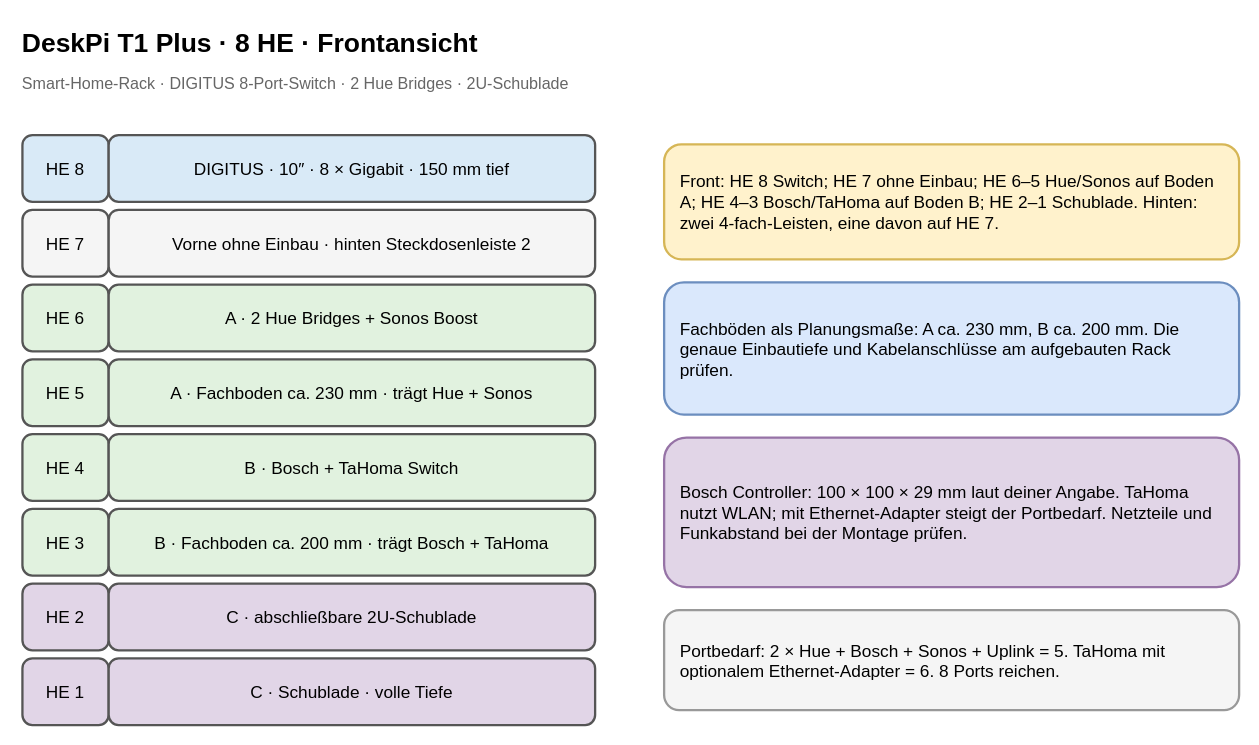
tiptronic/diagrams keeps this draw.io diagram as page "DeskPi 8 HE – Front" (1 of 4) of 10-zoll-rack-planung.drawio. Above is the earlier version. Source tidied: cells renumbered, new cells numbered last; positions are measured from the earlier drawing's top-left corner, leaving out a move shared by most shapes. Both pictures are drawn from the tidied source at 115%, with x=0, y=0 at pixel (20, 20).
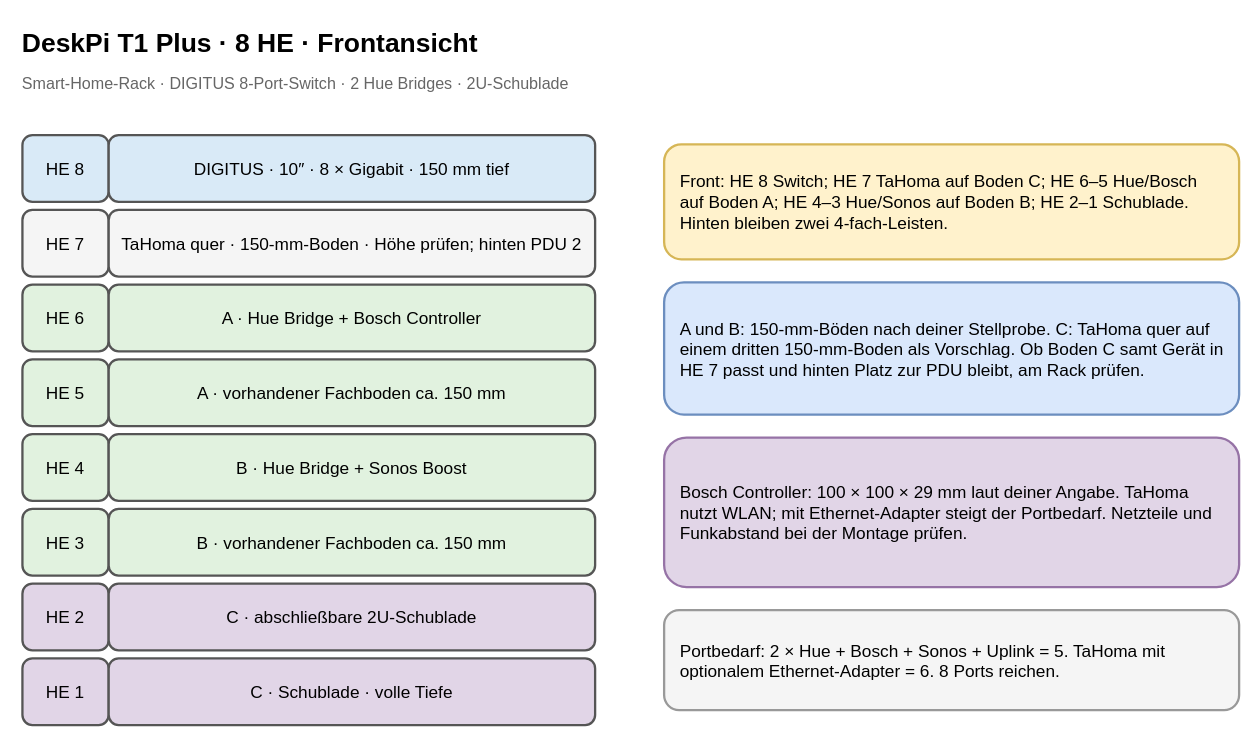
The same page after the edit.

What changed in the source:
```diff
@@
-    <mxCell id="7" value="Vorne ohne Einbau · hinten Steckdosenleiste 2" style="rounded=1;whiteSpace=wrap;html=1;align=center;verticalAlign=middle;strokeWidth=2;fontSize=15;fillColor=#f5f5f5;strokeColor=#555555;" parent="1" vertex="1">
+    <mxCell id="7" value="TaHoma quer · 150-mm-Boden · Höhe prüfen; hinten PDU 2" style="rounded=1;whiteSpace=wrap;html=1;align=center;verticalAlign=middle;strokeWidth=2;fontSize=15;fillColor=#f5f5f5;strokeColor=#555555;" parent="1" vertex="1">
       <mxGeometry x="77" y="165" width="423" height="58" as="geometry" />
     </mxCell>
@@
-    <mxCell id="9" value="A · 2 Hue Bridges + Sonos Boost" style="rounded=1;whiteSpace=wrap;html=1;align=center;verticalAlign=middle;strokeWidth=2;fontSize=15;fillColor=#e1f2df;strokeColor=#555555;" parent="1" vertex="1">
+    <mxCell id="9" value="A · Hue Bridge + Bosch Controller" style="rounded=1;whiteSpace=wrap;html=1;align=center;verticalAlign=middle;strokeWidth=2;fontSize=15;fillColor=#e1f2df;strokeColor=#555555;" parent="1" vertex="1">
       <mxGeometry x="77" y="230" width="423" height="58" as="geometry" />
     </mxCell>
@@
-    <mxCell id="11" value="A · Fachboden ca. 230 mm · trägt Hue + Sonos" style="rounded=1;whiteSpace=wrap;html=1;align=center;verticalAlign=middle;strokeWidth=2;fontSize=15;fillColor=#e1f2df;strokeColor=#555555;" parent="1" vertex="1">
+    <mxCell id="11" value="A · vorhandener Fachboden ca. 150 mm" style="rounded=1;whiteSpace=wrap;html=1;align=center;verticalAlign=middle;strokeWidth=2;fontSize=15;fillColor=#e1f2df;strokeColor=#555555;" parent="1" vertex="1">
       <mxGeometry x="77" y="295" width="423" height="58" as="geometry" />
     </mxCell>
@@
-    <mxCell id="13" value="B · Bosch + TaHoma Switch" style="rounded=1;whiteSpace=wrap;html=1;align=center;verticalAlign=middle;strokeWidth=2;fontSize=15;fillColor=#e1f2df;strokeColor=#555555;" parent="1" vertex="1">
+    <mxCell id="13" value="B · Hue Bridge + Sonos Boost" style="rounded=1;whiteSpace=wrap;html=1;align=center;verticalAlign=middle;strokeWidth=2;fontSize=15;fillColor=#e1f2df;strokeColor=#555555;" parent="1" vertex="1">
       <mxGeometry x="77" y="360" width="423" height="58" as="geometry" />
     </mxCell>
@@
-    <mxCell id="15" value="B · Fachboden ca. 200 mm · trägt Bosch + TaHoma" style="rounded=1;whiteSpace=wrap;html=1;align=center;verticalAlign=middle;strokeWidth=2;fontSize=15;fillColor=#e1f2df;strokeColor=#555555;" parent="1" vertex="1">
+    <mxCell id="15" value="B · vorhandener Fachboden ca. 150 mm" style="rounded=1;whiteSpace=wrap;html=1;align=center;verticalAlign=middle;strokeWidth=2;fontSize=15;fillColor=#e1f2df;strokeColor=#555555;" parent="1" vertex="1">
       <mxGeometry x="77" y="425" width="423" height="58" as="geometry" />
     </mxCell>
@@
-    <mxCell id="20" value="Front: HE 8 Switch; HE 7 ohne Einbau; HE 6–5 Hue/Sonos auf Boden A; HE 4–3 Bosch/TaHoma auf Boden B; HE 2–1 Schublade. Hinten: zwei 4-fach-Leisten, eine davon auf HE 7." style="rounded=1;whiteSpace=wrap;html=1;align=center;verticalAlign=middle;strokeWidth=2;fontSize=15;align=left;spacing=14;fillColor=#fff2cc;strokeColor=#d6b656;" parent="1" vertex="1">
+    <mxCell id="20" value="Front: HE 8 Switch; HE 7 TaHoma auf Boden C; HE 6–5 Hue/Bosch auf Boden A; HE 4–3 Hue/Sonos auf Boden B; HE 2–1 Schublade. Hinten bleiben zwei 4-fach-Leisten." style="rounded=1;whiteSpace=wrap;html=1;align=center;verticalAlign=middle;strokeWidth=2;fontSize=15;align=left;spacing=14;fillColor=#fff2cc;strokeColor=#d6b656;" parent="1" vertex="1">
       <mxGeometry x="560" y="108" width="500" height="100" as="geometry" />
     </mxCell>
-    <mxCell id="21" value="Fachböden als Planungsmaße: A ca. 230 mm, B ca. 200 mm. Die genaue Einbautiefe und Kabelanschlüsse am aufgebauten Rack prüfen." style="rounded=1;whiteSpace=wrap;html=1;align=center;verticalAlign=middle;strokeWidth=2;fontSize=15;align=left;spacing=14;fillColor=#dae8fc;strokeColor=#6c8ebf;" parent="1" vertex="1">
+    <mxCell id="21" value="A und B: 150-mm-Böden nach deiner Stellprobe. C: TaHoma quer auf einem dritten 150-mm-Boden als Vorschlag. Ob Boden C samt Gerät in HE 7 passt und hinten Platz zur PDU bleibt, am Rack prüfen." style="rounded=1;whiteSpace=wrap;html=1;align=center;verticalAlign=middle;strokeWidth=2;fontSize=15;align=left;spacing=14;fillColor=#dae8fc;strokeColor=#6c8ebf;" parent="1" vertex="1">
       <mxGeometry x="560" y="228" width="500" height="115" as="geometry" />
     </mxCell>
```
